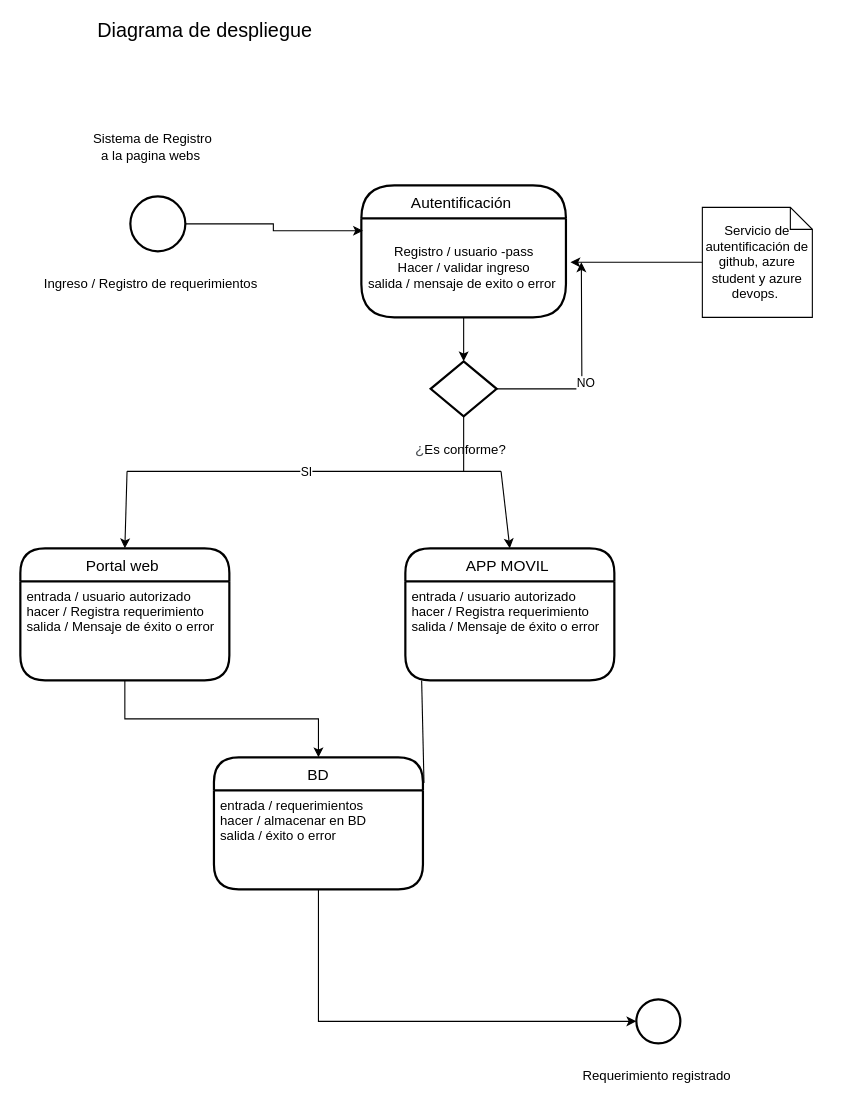
The draw.io diagram page "Page-3" (3 of 3) of Untitled Diagram.drawio in 62258553/Dise-o-de-Prueba, before the edit. Source tidied: cells renumbered, new cells numbered last; positions are measured from the earlier drawing's top-left corner, leaving out a move shared by most shapes. Both pictures are drawn from the tidied source at 110%, with x=0, y=0 at pixel (20, 20).
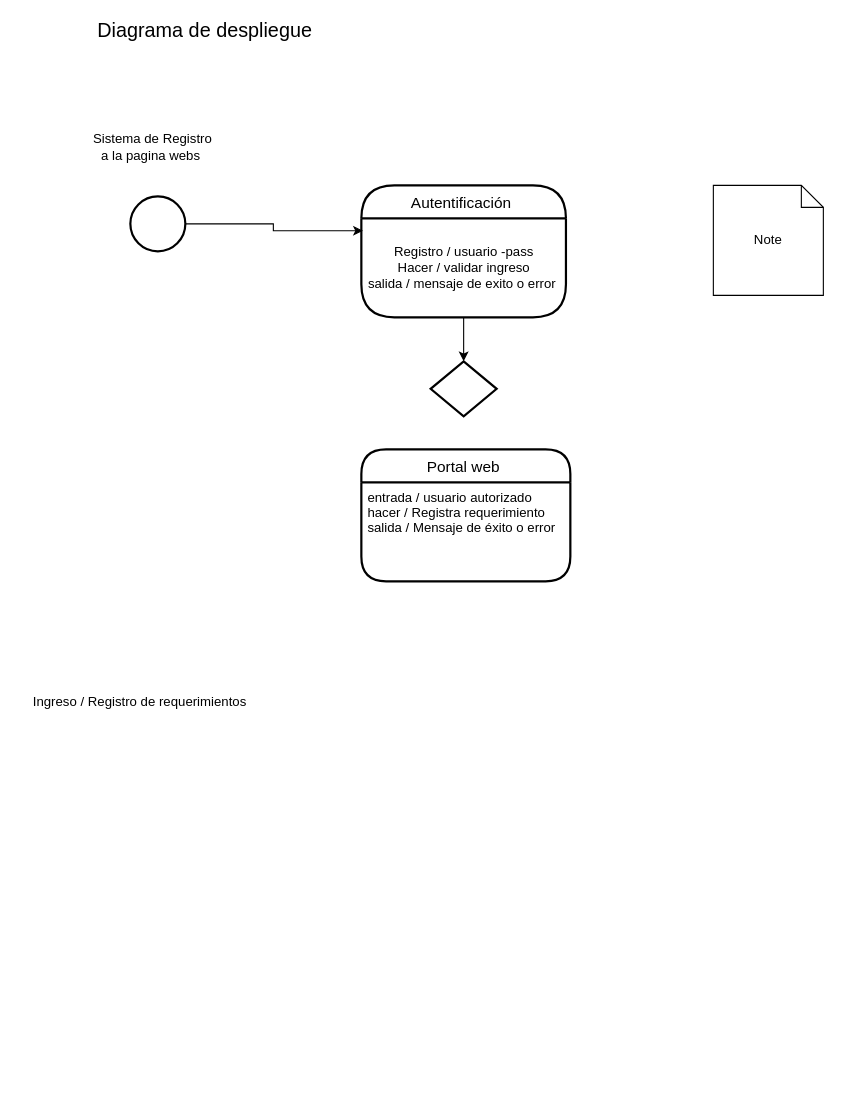
The same diagram, later.

The change refers to these unchanged cells:
```xml
<mxCell id="6" value="Registro / usuario -pass&lt;br&gt;Hacer / validar ingreso&lt;br&gt;salida / mensaje de exito o error&amp;nbsp;" style="text;html=1;align=center;verticalAlign=middle;points=[];strokeColor=none;fillColor=none;" parent="5" vertex="1">
  <mxGeometry y="30" width="186" height="90" as="geometry" />
</mxCell>
<mxCell id="13" style="strokeWidth=2;html=1;shape=mxgraph.flowchart.decision;whiteSpace=wrap;" parent="1" vertex="1">
  <mxGeometry x="373" y="310" width="60" height="50" as="geometry" />
</mxCell>
```

Diff of the diagram source:
```diff
@@
-    <mxCell id="7" style="edgeStyle=orthogonalEdgeStyle;rounded=0;jettySize=auto;html=1;entryX=1.022;entryY=0.444;entryDx=0;entryDy=0;entryPerimeter=0;" parent="1" edge="1" source="8" target="6">
-      <mxGeometry relative="1" as="geometry" />
-    </mxCell>
-    <mxCell id="8" value="Servicio de autentificación de github,&amp;nbsp;azure student y&amp;nbsp;azure devops.&amp;nbsp;" style="shape=note;size=20;whiteSpace=wrap;html=1;" parent="1" vertex="1">
-      <mxGeometry x="620" y="170" width="100" height="100" as="geometry" />
+    <mxCell id="8" value="Note" style="shape=note;size=20;whiteSpace=wrap;html=1;" parent="1" vertex="1">
+      <mxGeometry x="630" y="150" width="100" height="100" as="geometry" />
     </mxCell>
@@
     <mxCell id="10" value="Ingreso / Registro de requerimientos&amp;nbsp;" style="text;html=1;align=center;verticalAlign=middle;strokeColor=none;fillColor=none;" parent="1" vertex="1">
-      <mxGeometry x="15" y="230" width="210" height="20" as="geometry" />
+      <mxGeometry x="5" y="610" width="210" height="20" as="geometry" />
     </mxCell>
-    <mxCell id="11" style="edgeStyle=orthogonalEdgeStyle;rounded=0;jettySize=auto;html=1;exitX=1;exitY=0.5;exitDx=0;exitDy=0;exitPerimeter=0;" parent="1" edge="1" source="13">
-      <mxGeometry relative="1" as="geometry">
-        <mxPoint x="510" y="220" as="targetPoint" />
-      </mxGeometry>
-    </mxCell>
-    <mxCell id="12" value="NO" style="edgeLabel;html=1;align=center;verticalAlign=middle;" parent="11" vertex="1">
-      <mxGeometry x="-0.14" y="-3" relative="1" as="geometry" />
-    </mxCell>
@@
-    <mxCell id="14" style="edgeStyle=orthogonalEdgeStyle;rounded=0;jettySize=auto;html=1;entryX=0.5;entryY=0;entryDx=0;entryDy=0;" parent="1" edge="1" source="15" target="21">
-      <mxGeometry relative="1" as="geometry" />
-    </mxCell>
     <mxCell id="15" value="Portal web " style="swimlane;horizontal=1;startSize=30;rounded=1;fontSize=14;fontStyle=0;strokeWidth=2;shadow=0;dashed=0;align=center;arcSize=25;" parent="1" vertex="1">
-      <mxGeometry y="480" width="190" height="120" as="geometry" />
+      <mxGeometry x="310" y="390" width="190" height="120" as="geometry" />
     </mxCell>
@@
-    <mxCell id="18" value="APP MOVIL " style="swimlane;horizontal=1;startSize=30;rounded=1;fontSize=14;fontStyle=0;strokeWidth=2;shadow=0;dashed=0;align=center;arcSize=25;" parent="1" vertex="1">
-      <mxGeometry x="350" y="480" width="190" height="120" as="geometry" />
-    </mxCell>
-    <mxCell id="19" value="entrada / usuario autorizado &#10;hacer / Registra requerimiento &#10;salida / Mensaje de éxito o error " style="align=left;strokeColor=none;fillColor=none;spacingLeft=4;fontSize=12;verticalAlign=top;" parent="18" vertex="1">
-      <mxGeometry y="30" width="190" height="90" as="geometry" />
-    </mxCell>
-    <mxCell id="20" style="edgeStyle=orthogonalEdgeStyle;rounded=0;jettySize=auto;html=1;" parent="1" edge="1" source="21" target="30">
-      <mxGeometry relative="1" as="geometry">
-        <Array as="points">
-          <mxPoint x="271" y="910" />
-        </Array>
-      </mxGeometry>
-    </mxCell>
-    <mxCell id="21" value="BD" style="swimlane;horizontal=1;startSize=30;rounded=1;fontSize=14;fontStyle=0;strokeWidth=2;shadow=0;dashed=0;align=center;arcSize=25;" parent="1" vertex="1">
-      <mxGeometry x="176" y="670" width="190" height="120" as="geometry" />
-    </mxCell>
-    <mxCell id="22" value="entrada / requerimientos  &#10;hacer / almacenar en BD&#10;salida / éxito o error " style="align=left;strokeColor=none;fillColor=none;spacingLeft=4;fontSize=12;verticalAlign=top;" parent="21" vertex="1">
-      <mxGeometry y="30" width="190" height="90" as="geometry" />
-    </mxCell>
-    <mxCell id="23" style="endArrow=none;html=1;rounded=0;exitX=1.005;exitY=0.195;exitDx=0;exitDy=0;exitPerimeter=0;entryX=0.078;entryY=1.001;entryDx=0;entryDy=0;entryPerimeter=0;" parent="1" edge="1" source="21" target="19">
-      <mxGeometry relative="1" as="geometry" />
-    </mxCell>
-    <mxCell id="24" style="endArrow=none;html=1;rounded=0;" parent="1" edge="1">
-      <mxGeometry relative="1" as="geometry">
-        <mxPoint x="97" y="410" as="sourcePoint" />
-        <mxPoint x="437" y="410" as="targetPoint" />
-      </mxGeometry>
-    </mxCell>
-    <mxCell id="25" value="SI" style="edgeLabel;html=1;align=center;verticalAlign=middle;" parent="24" vertex="1">
-      <mxGeometry x="-0.05" relative="1" as="geometry" />
-    </mxCell>
-    <mxCell id="26" style="endArrow=classic;html=1;rounded=0;entryX=0.5;entryY=0;entryDx=0;entryDy=0;" parent="1" edge="1" target="15">
-      <mxGeometry relative="1" as="geometry">
-        <mxPoint x="97" y="410" as="sourcePoint" />
-      </mxGeometry>
-    </mxCell>
-    <mxCell id="27" style="endArrow=classic;html=1;rounded=0;entryX=0.5;entryY=0;entryDx=0;entryDy=0;" parent="1" edge="1" target="18">
-      <mxGeometry relative="1" as="geometry">
-        <mxPoint x="437" y="410" as="sourcePoint" />
-      </mxGeometry>
-    </mxCell>
-    <mxCell id="28" style="endArrow=none;html=1;rounded=0;entryX=0.5;entryY=1;entryDx=0;entryDy=0;entryPerimeter=0;" parent="1" edge="1" target="13">
-      <mxGeometry relative="1" as="geometry">
-        <mxPoint x="403" y="410" as="sourcePoint" />
-      </mxGeometry>
-    </mxCell>
-    <mxCell id="29" value="&lt;span style=&quot;color: rgb(77 , 81 , 86) ; font-family: &amp;#34;arial&amp;#34; , sans-serif ; font-size: 14px ; text-align: left ; background-color: rgb(255 , 255 , 255)&quot;&gt;¿&lt;/span&gt;Es conforme?" style="text;html=1;align=center;verticalAlign=middle;strokeColor=none;fillColor=none;" parent="1" vertex="1">
-      <mxGeometry x="350" y="380" width="100" height="20" as="geometry" />
-    </mxCell>
-    <mxCell id="30" style="strokeWidth=2;html=1;shape=mxgraph.flowchart.start_2;whiteSpace=wrap;" parent="1" vertex="1">
-      <mxGeometry x="560" y="890" width="40" height="40" as="geometry" />
-    </mxCell>
-    <mxCell id="31" value="Requerimiento registrado&amp;nbsp;" style="text;html=1;align=center;verticalAlign=middle;strokeColor=none;fillColor=none;" parent="1" vertex="1">
-      <mxGeometry x="505" y="950" width="150" height="20" as="geometry" />
-    </mxCell>
```
